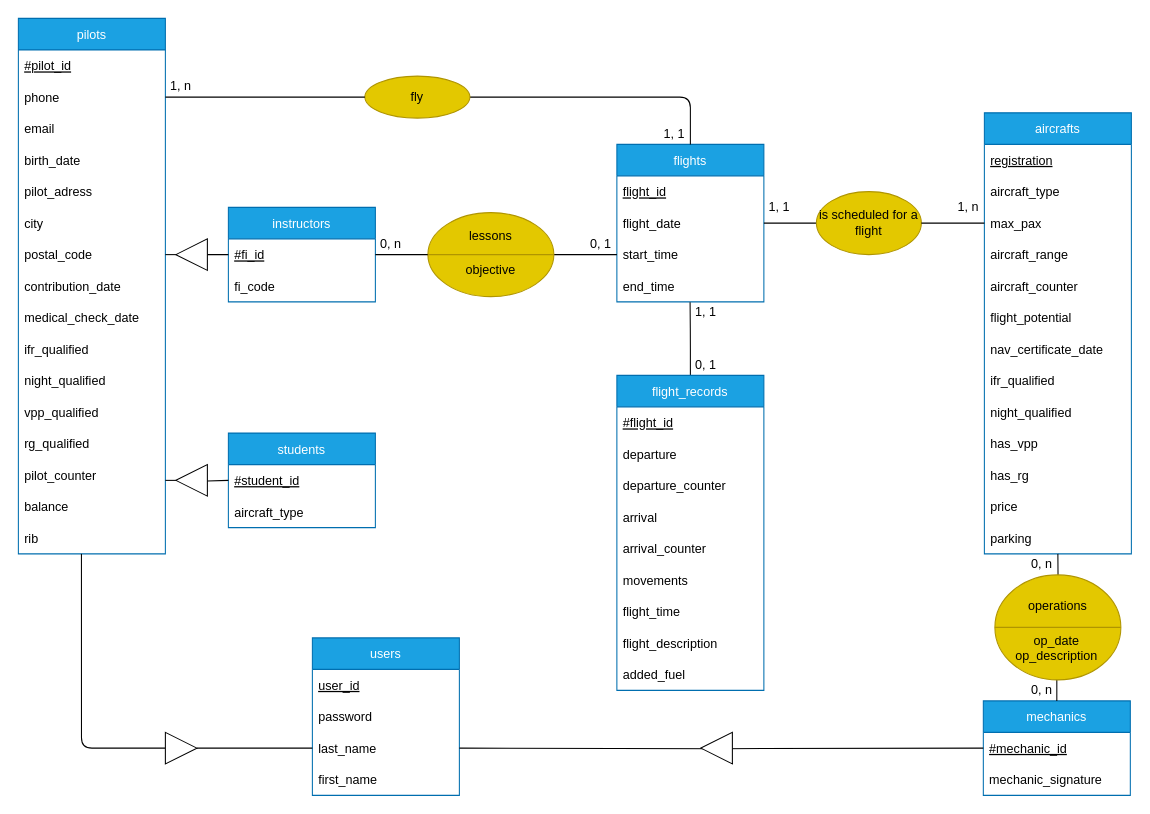
Above: docs/schema_ea.drawio in benjaminpmd/AirPlanner (draw.io), before the change. Source tidied: cells renumbered, new cells numbered last; positions are measured from the earlier drawing's top-left corner, leaving out a move shared by most shapes. Both pictures are drawn from the tidied source at 105%, with x=0, y=0 at pixel (18, 18).
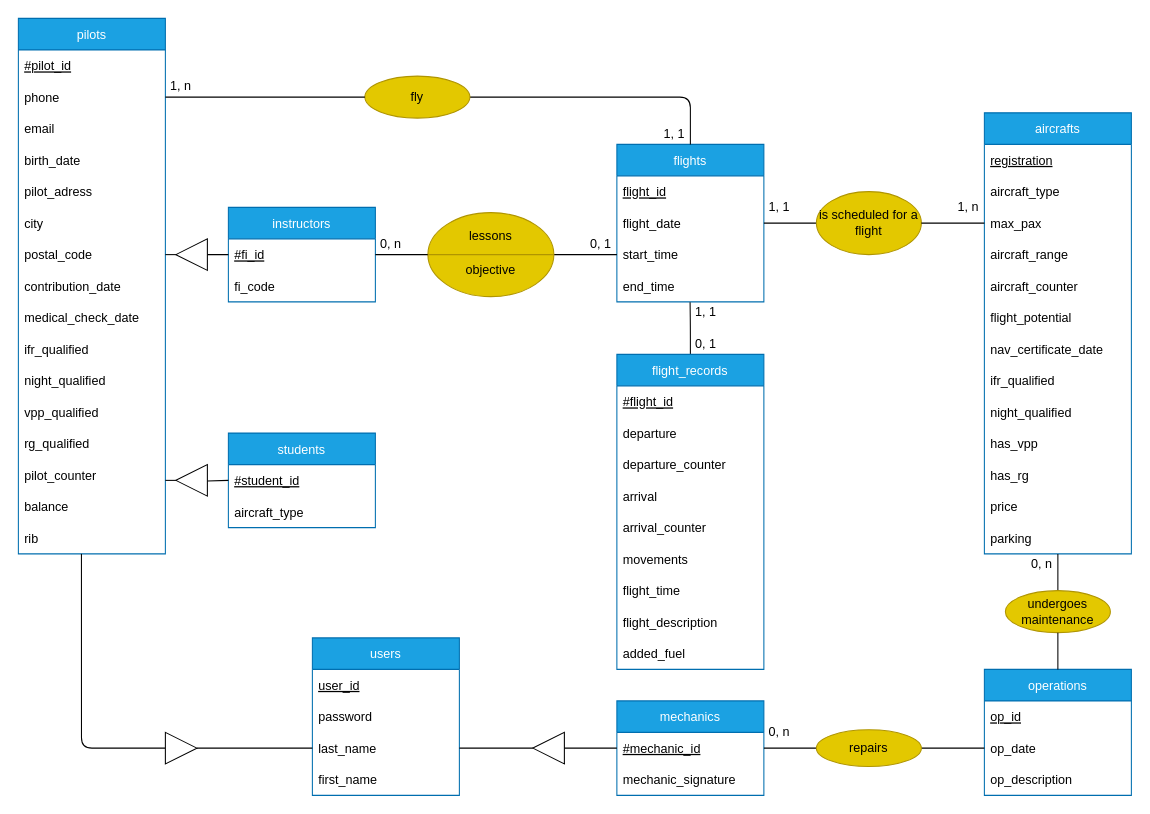
Above is the later version.

The change refers to these unchanged cells:
```xml
<mxCell id="27" value="#mechanic_id" style="text;strokeColor=none;fillColor=none;align=left;verticalAlign=middle;spacingLeft=4;spacingRight=4;overflow=hidden;points=[[0,0.5],[1,0.5]];portConstraint=eastwest;fontStyle=4;" parent="26" vertex="1">
  <mxGeometry y="30" width="140" height="30" as="geometry" />
</mxCell>
<mxCell id="42" value="parking" style="text;strokeColor=none;fillColor=none;align=left;verticalAlign=middle;spacingLeft=4;spacingRight=4;overflow=hidden;points=[[0,0.5],[1,0.5]];portConstraint=eastwest;" parent="29" vertex="1">
  <mxGeometry y="390" width="140" height="30" as="geometry" />
</mxCell>
<mxCell id="84" value="last_name" style="text;strokeColor=none;fillColor=none;align=left;verticalAlign=middle;spacingLeft=4;spacingRight=4;overflow=hidden;points=[[0,0.5],[1,0.5]];portConstraint=eastwest;" parent="81" vertex="1">
  <mxGeometry y="90" width="140" height="30" as="geometry" />
</mxCell>
```

What changed in the source:
```diff
@@
     <mxCell id="26" value="mechanics" style="swimlane;fontStyle=0;horizontal=1;startSize=30;fillColor=#1ba1e2;strokeColor=#006EAF;fontColor=#ffffff;" parent="1" vertex="1">
-      <mxGeometry x="919" y="650" width="140" height="90" as="geometry" />
+      <mxGeometry x="570" y="650" width="140" height="90" as="geometry" />
     </mxCell>
@@
     <mxCell id="49" value="flight_records" style="swimlane;fontStyle=0;horizontal=1;startSize=30;fillColor=#1ba1e2;strokeColor=#006EAF;fontColor=#ffffff;" parent="1" vertex="1">
-      <mxGeometry x="570" y="340" width="140" height="300" as="geometry" />
+      <mxGeometry x="570" y="320" width="140" height="300" as="geometry" />
     </mxCell>
@@
-    <mxCell id="74" style="edgeStyle=orthogonalEdgeStyle;rounded=1;jettySize=auto;html=1;exitX=0.5;exitY=0;exitDx=0;exitDy=0;strokeColor=default;endArrow=none;endFill=0;" parent="1" edge="1" source="26">
-      <mxGeometry relative="1" as="geometry">
-        <mxPoint x="990" y="510" as="targetPoint" />
-      </mxGeometry>
-    </mxCell>
-    <mxCell id="75" style="ellipse;whiteSpace=wrap;html=1;fillColor=#e3c800;strokeColor=#B09500;fontColor=#000000;" parent="1" vertex="1">
-      <mxGeometry x="930" y="530" width="120" height="100" as="geometry" />
-    </mxCell>
-    <mxCell id="76" style="endArrow=none;html=1;rounded=1;strokeColor=#B09500;exitX=0;exitY=0.5;exitDx=0;exitDy=0;entryX=1;entryY=0.5;entryDx=0;entryDy=0;fillColor=#e3c800;" parent="1" edge="1" source="75" target="75">
-      <mxGeometry relative="1" as="geometry" />
-    </mxCell>
-    <mxCell id="77" value="operations" style="text;html=1;strokeColor=none;fillColor=none;align=center;verticalAlign=middle;whiteSpace=wrap;rounded=0;" parent="1" vertex="1">
-      <mxGeometry x="960" y="540" width="60" height="40" as="geometry" />
-    </mxCell>
-    <mxCell id="78" value="op_date&lt;br&gt;op_description" style="text;html=1;strokeColor=none;fillColor=none;align=center;verticalAlign=middle;whiteSpace=wrap;rounded=0;" parent="1" vertex="1">
-      <mxGeometry x="959" y="580" width="60" height="40" as="geometry" />
-    </mxCell>
@@
-    <mxCell id="80" value="0, n" style="text;html=1;strokeColor=none;fillColor=none;align=center;verticalAlign=middle;whiteSpace=wrap;rounded=0;" parent="1" vertex="1">
-      <mxGeometry x="960" y="630" width="30" height="20" as="geometry" />
-    </mxCell>
@@
-    <mxCell id="86" style="edgeStyle=orthogonalEdgeStyle;rounded=0;jettySize=auto;html=1;exitX=0;exitY=0.5;exitDx=0;exitDy=0;entryX=1;entryY=0.5;entryDx=0;entryDy=0;endArrow=none;endFill=0;" parent="1" edge="1" target="84">
-      <mxGeometry relative="1" as="geometry">
-        <mxPoint x="919" y="695" as="sourcePoint" />
-      </mxGeometry>
+    <mxCell id="86" style="edgeStyle=orthogonalEdgeStyle;rounded=0;jettySize=auto;html=1;entryX=1;entryY=0.5;entryDx=0;entryDy=0;endArrow=none;endFill=0;startArrow=none;" parent="1" edge="1" source="90" target="84">
+      <mxGeometry relative="1" as="geometry" />
     </mxCell>
@@
-    <mxCell id="90" style="triangle;whiteSpace=wrap;html=1;rotation=-180;" parent="1" vertex="1">
-      <mxGeometry x="650" y="680" width="30" height="30" as="geometry" />
-    </mxCell>
@@
     <mxCell id="93" value="0, 1" style="text;html=1;strokeColor=none;fillColor=none;align=center;verticalAlign=middle;whiteSpace=wrap;rounded=0;" parent="1" vertex="1">
-      <mxGeometry x="640" y="320" width="30" height="20" as="geometry" />
+      <mxGeometry x="640" y="300" width="30" height="20" as="geometry" />
     </mxCell>
@@
+    <mxCell id="90" style="triangle;whiteSpace=wrap;html=1;rotation=-180;" parent="1" vertex="1">
+      <mxGeometry x="490" y="680" width="30" height="30" as="geometry" />
+    </mxCell>
+    <mxCell id="101" style="edgeStyle=orthogonalEdgeStyle;rounded=0;jettySize=auto;html=1;entryX=0;entryY=0.5;entryDx=0;entryDy=0;endArrow=none;endFill=0;exitX=0;exitY=0.5;exitDx=0;exitDy=0;" parent="1" edge="1" source="27" target="90">
+      <mxGeometry relative="1" as="geometry" />
+    </mxCell>
+    <mxCell id="102" style="edgeStyle=orthogonalEdgeStyle;rounded=0;jettySize=auto;html=1;exitX=0.5;exitY=0;exitDx=0;exitDy=0;entryX=0.5;entryY=1;entryDx=0;entryDy=0;entryPerimeter=0;endArrow=none;endFill=0;startArrow=none;" parent="1" edge="1" source="108" target="42">
+      <mxGeometry relative="1" as="geometry" />
+    </mxCell>
+    <mxCell id="77" value="operations" style="swimlane;fontStyle=0;horizontal=1;startSize=30;fillColor=#1ba1e2;strokeColor=#006EAF;fontColor=#ffffff;" parent="1" vertex="1">
+      <mxGeometry x="920" y="620" width="140" height="120" as="geometry" />
+    </mxCell>
+    <mxCell id="103" value="op_id" style="text;strokeColor=none;fillColor=none;align=left;verticalAlign=middle;spacingLeft=4;spacingRight=4;overflow=hidden;fontStyle=4;" parent="77" vertex="1">
+      <mxGeometry y="30" width="140" height="30" as="geometry" />
+    </mxCell>
+    <mxCell id="104" value="op_date" style="text;strokeColor=none;fillColor=none;align=left;verticalAlign=middle;spacingLeft=4;spacingRight=4;overflow=hidden;points=[[0,0.5],[1,0.5]];portConstraint=eastwest;" parent="77" vertex="1">
+      <mxGeometry y="60" width="140" height="30" as="geometry" />
+    </mxCell>
+    <mxCell id="105" value="op_description" style="text;strokeColor=none;fillColor=none;align=left;verticalAlign=middle;spacingLeft=4;spacingRight=4;overflow=hidden;" parent="77" vertex="1">
+      <mxGeometry y="90" width="140" height="30" as="geometry" />
+    </mxCell>
+    <mxCell id="106" style="edgeStyle=orthogonalEdgeStyle;rounded=0;jettySize=auto;html=1;exitX=1;exitY=0.5;exitDx=0;exitDy=0;entryX=0;entryY=0.5;entryDx=0;entryDy=0;endArrow=none;endFill=0;" parent="1" edge="1" source="27" target="104">
+      <mxGeometry relative="1" as="geometry" />
+    </mxCell>
+    <mxCell id="80" value="0, n" style="text;html=1;strokeColor=none;fillColor=none;align=center;verticalAlign=middle;whiteSpace=wrap;rounded=0;" parent="1" vertex="1">
+      <mxGeometry x="710" y="670" width="30" height="20" as="geometry" />
+    </mxCell>
+    <mxCell id="107" value="repairs" style="ellipse;whiteSpace=wrap;html=1;fillColor=#e3c800;strokeColor=#B09500;fontColor=#000000;" parent="1" vertex="1">
+      <mxGeometry x="760" y="677.5" width="100" height="35" as="geometry" />
+    </mxCell>
+    <mxCell id="108" value="undergoes maintenance" style="ellipse;whiteSpace=wrap;html=1;fillColor=#e3c800;strokeColor=#B09500;fontColor=#000000;" parent="1" vertex="1">
+      <mxGeometry x="940" y="545" width="100" height="40" as="geometry" />
+    </mxCell>
+    <mxCell id="109" style="edgeStyle=orthogonalEdgeStyle;rounded=0;jettySize=auto;html=1;exitX=0.5;exitY=0;exitDx=0;exitDy=0;entryX=0.5;entryY=1;entryDx=0;entryDy=0;entryPerimeter=0;endArrow=none;endFill=0;" parent="1" edge="1" source="77" target="108">
+      <mxGeometry relative="1" as="geometry" />
+    </mxCell>
```
